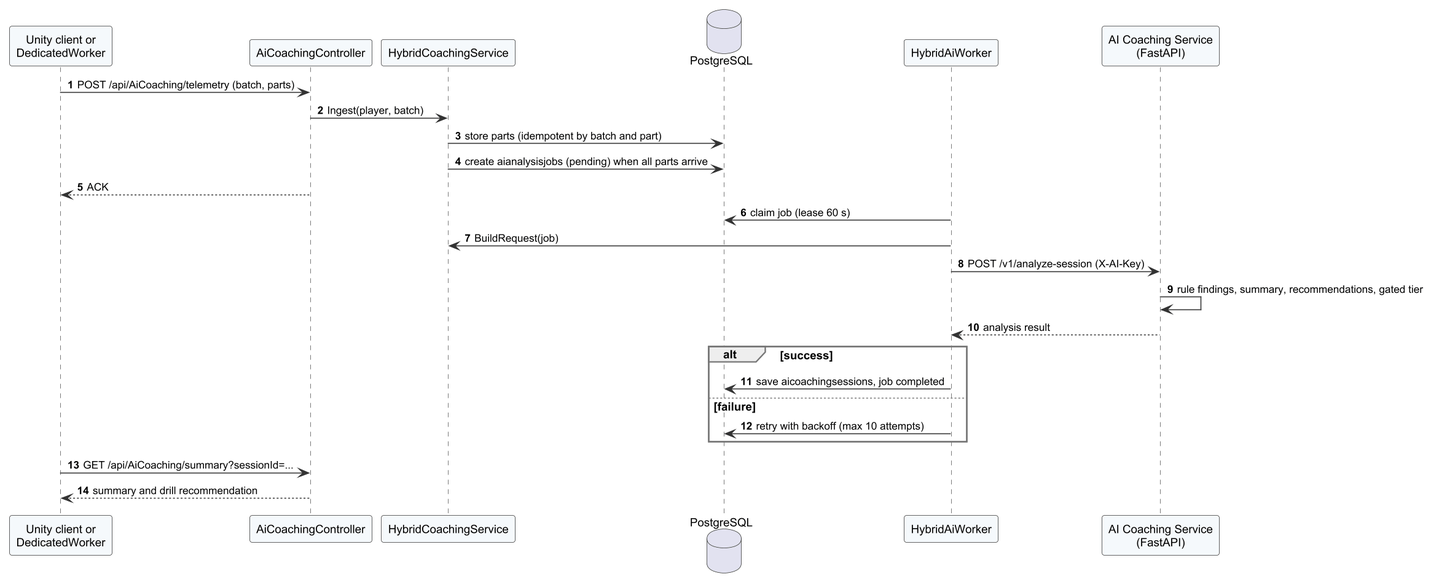
The PlantUML diagram Doc/Project_report/Report/diagrams/png/r4_seq_coaching.png in Tad-Min/PickleVerse, before a commit.
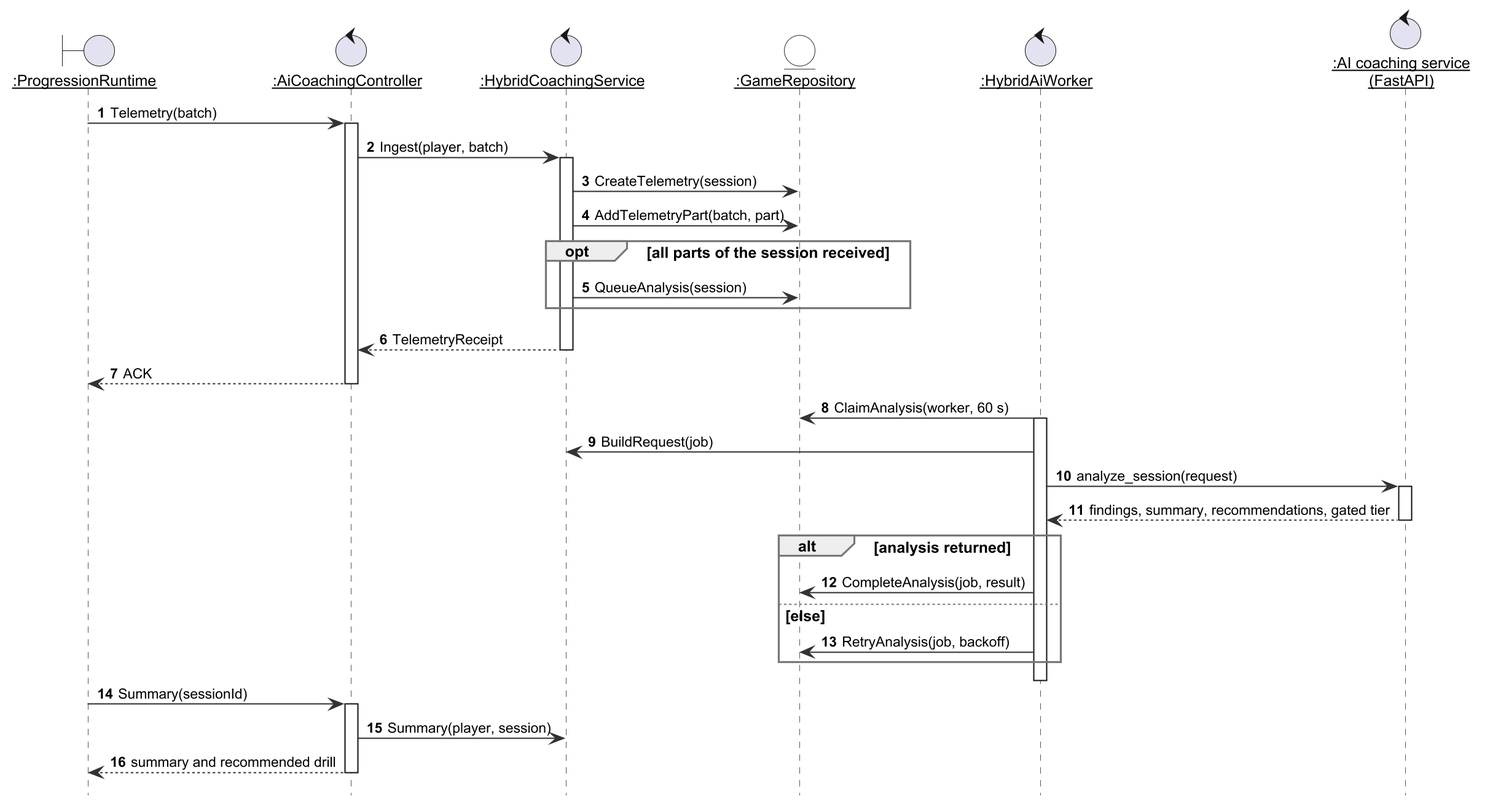
The same diagram one commit later.

Change to the diagram source:
```diff
@@ -2,28 +2,44 @@
 !include _style.iuml
 autonumber
 skinparam responseMessageBelowArrow true
+skinparam sequenceParticipant underline
+hide footbox
 
-participant "Unity client or\nDedicatedWorker" as Src
-participant "AiCoachingController" as C
-participant "HybridCoachingService" as S
-database "PostgreSQL" as DB
-participant "HybridAiWorker" as W
-participant "AI Coaching Service\n(FastAPI)" as AI
-Src -> C : POST /api/AiCoaching/telemetry (batch, parts)
+boundary ":ProgressionRuntime" as Src
+control ":AiCoachingController" as C
+control ":HybridCoachingService" as S
+entity ":GameRepository" as G
+control ":HybridAiWorker" as W
+control ":AI coaching service\n(FastAPI)" as AI
+Src -> C : Telemetry(batch)
+activate C
 C -> S : Ingest(player, batch)
-S -> DB : store parts (idempotent by batch and part)
-S -> DB : create aianalysisjobs (pending) when all parts arrive
+activate S
+S -> G : CreateTelemetry(session)
+S -> G : AddTelemetryPart(batch, part)
+opt all parts of the session received
+  S -> G : QueueAnalysis(session)
+end
+S --> C : TelemetryReceipt
+deactivate S
 C --> Src : ACK
-W -> DB : claim job (lease 60 s)
+deactivate C
+W -> G : ClaimAnalysis(worker, 60 s)
+activate W
 W -> S : BuildRequest(job)
-W -> AI : POST /v1/analyze-session (X-AI-Key)
-AI -> AI : rule findings, summary, recommendations, gated tier
-AI --> W : analysis result
-alt success
-  W -> DB : save aicoachingsessions, job completed
-else failure
-  W -> DB : retry with backoff (max 10 attempts)
+W -> AI : analyze_session(request)
+activate AI
+AI --> W : findings, summary, recommendations, gated tier
+deactivate AI
+alt analysis returned
+  W -> G : CompleteAnalysis(job, result)
+else else
+  W -> G : RetryAnalysis(job, backoff)
 end
-Src -> C : GET /api/AiCoaching/summary?sessionId=...
-C --> Src : summary and drill recommendation
+deactivate W
+Src -> C : Summary(sessionId)
+activate C
+C -> S : Summary(player, session)
+C --> Src : summary and recommended drill
+deactivate C
 @enduml
```
